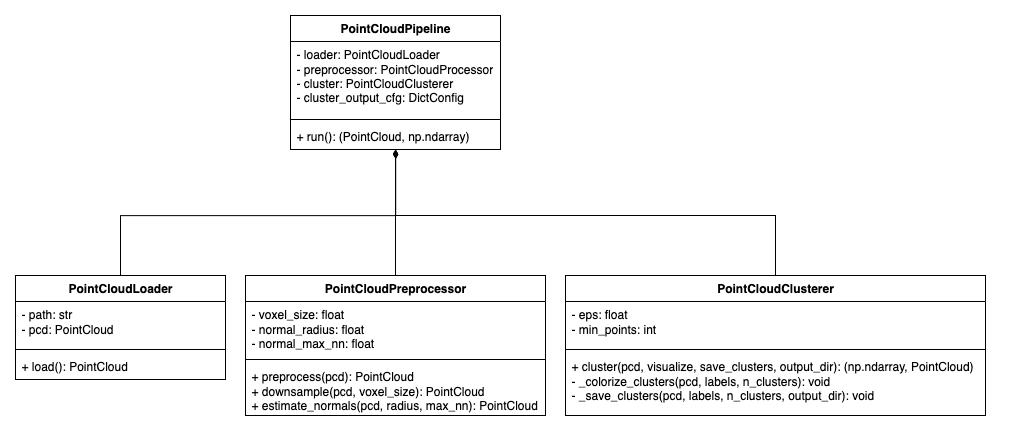
The draw.io diagram docs/pointcloud_pipeline_class_diagram.drawio.png in sc-see/open3d-pc, before a commit. Source tidied: cells renumbered, new cells last; positions are measured from the earlier drawing's top-left corner, leaving out a move shared by most shapes. Its diagram source:
```xml
<mxGraphModel>
  <root>
    <mxCell id="0" />
    <mxCell id="1" parent="0" />
    <mxCell id="2" value="PointCloudPipeline" style="swimlane;fontStyle=1;align=center;verticalAlign=top;horizontal=1;startSize=26;whiteSpace=wrap;html=1;" parent="1" vertex="1">
      <mxGeometry x="275" width="210" height="134" as="geometry" />
    </mxCell>
    <mxCell id="3" value="&lt;div&gt;- loader: PointCloudLoader&lt;/div&gt;&lt;div&gt;- preprocessor: PointCloudProcessor&lt;/div&gt;&lt;div&gt;- cluster: PointCloudClusterer&lt;/div&gt;&lt;div&gt;- cluster_output_cfg: DictConfig&lt;/div&gt;" style="text;strokeColor=none;fillColor=none;align=left;verticalAlign=top;spacingLeft=4;spacingRight=4;overflow=hidden;points=[[0,0.5],[1,0.5]];portConstraint=eastwest;whiteSpace=wrap;html=1;" parent="2" vertex="1">
      <mxGeometry y="26" width="210" height="74" as="geometry" />
    </mxCell>
    <mxCell id="4" style="line;strokeWidth=1;fillColor=none;align=left;verticalAlign=middle;spacingTop=-1;spacingLeft=3;spacingRight=3;labelPosition=right;strokeColor=inherit;" parent="2" vertex="1">
      <mxGeometry y="100" width="210" height="8" as="geometry" />
    </mxCell>
    <mxCell id="5" value="+ run(): (PointCloud, np.ndarray)" style="text;strokeColor=none;fillColor=none;align=left;verticalAlign=top;spacingLeft=4;spacingRight=4;overflow=hidden;points=[[0,0.5],[1,0.5]];portConstraint=eastwest;whiteSpace=wrap;html=1;" parent="2" vertex="1">
      <mxGeometry y="108" width="210" height="26" as="geometry" />
    </mxCell>
    <mxCell id="6" style="edgeStyle=orthogonalEdgeStyle;rounded=0;orthogonalLoop=1;jettySize=auto;html=1;exitX=1;exitY=0.5;exitDx=0;exitDy=0;" parent="2" edge="1" source="3" target="3">
      <mxGeometry relative="1" as="geometry" />
    </mxCell>
    <mxCell id="7" style="edgeStyle=orthogonalEdgeStyle;rounded=0;jettySize=auto;html=1;entryX=0.5;entryY=1;entryDx=0;entryDy=0;endArrow=diamondThin;endFill=1;" parent="1" edge="1" source="8" target="2">
      <mxGeometry relative="1" as="geometry" />
    </mxCell>
    <mxCell id="8" value="PointCloudPreprocessor" style="swimlane;fontStyle=1;align=center;verticalAlign=top;horizontal=1;startSize=26;whiteSpace=wrap;html=1;" parent="1" vertex="1">
      <mxGeometry x="230" y="260" width="300" height="140" as="geometry" />
    </mxCell>
    <mxCell id="9" value="&lt;div&gt;- voxel_size: float&lt;/div&gt;&lt;div&gt;- normal_radius: float&lt;/div&gt;&lt;div&gt;- normal_max_nn: float&lt;/div&gt;" style="text;strokeColor=none;fillColor=none;align=left;verticalAlign=top;spacingLeft=4;spacingRight=4;overflow=hidden;points=[[0,0.5],[1,0.5]];portConstraint=eastwest;whiteSpace=wrap;html=1;" parent="8" vertex="1">
      <mxGeometry y="26" width="300" height="54" as="geometry" />
    </mxCell>
    <mxCell id="10" style="line;strokeWidth=1;fillColor=none;align=left;verticalAlign=middle;spacingTop=-1;spacingLeft=3;spacingRight=3;labelPosition=right;strokeColor=inherit;" parent="8" vertex="1">
      <mxGeometry y="80" width="300" height="8" as="geometry" />
    </mxCell>
    <mxCell id="11" value="&lt;div&gt;+ preprocess(pcd): PointCloud&lt;/div&gt;&lt;div&gt;+ downsample(pcd, voxel_size): PointCloud&lt;/div&gt;&lt;div&gt;+ estimate_normals(pcd, radius, max_nn): PointCloud&lt;/div&gt;" style="text;strokeColor=none;fillColor=none;align=left;verticalAlign=top;spacingLeft=4;spacingRight=4;overflow=hidden;whiteSpace=wrap;html=1;" parent="8" vertex="1">
      <mxGeometry y="88" width="300" height="52" as="geometry" />
    </mxCell>
    <mxCell id="12" style="edgeStyle=orthogonalEdgeStyle;rounded=0;orthogonalLoop=1;jettySize=auto;html=1;exitX=1;exitY=0.5;exitDx=0;exitDy=0;" parent="8" edge="1" source="9" target="9">
      <mxGeometry relative="1" as="geometry" />
    </mxCell>
    <mxCell id="13" style="edgeStyle=orthogonalEdgeStyle;rounded=0;jettySize=auto;html=1;entryX=0.5;entryY=1;entryDx=0;entryDy=0;endArrow=diamondThin;endFill=1;" parent="1" edge="1" source="14" target="2">
      <mxGeometry relative="1" as="geometry">
        <Array as="points">
          <mxPoint x="760" y="200" />
          <mxPoint x="380" y="200" />
        </Array>
      </mxGeometry>
    </mxCell>
    <mxCell id="14" value="PointCloudClusterer" style="swimlane;fontStyle=1;align=center;verticalAlign=top;horizontal=1;startSize=26;whiteSpace=wrap;html=1;" parent="1" vertex="1">
      <mxGeometry x="550" y="260" width="420" height="140" as="geometry" />
    </mxCell>
    <mxCell id="15" value="&lt;div&gt;- eps: float&lt;/div&gt;&lt;div&gt;- min_points: int&lt;/div&gt;" style="text;strokeColor=none;fillColor=none;align=left;verticalAlign=top;spacingLeft=4;spacingRight=4;overflow=hidden;points=[[0,0.5],[1,0.5]];portConstraint=eastwest;whiteSpace=wrap;html=1;" parent="14" vertex="1">
      <mxGeometry y="26" width="420" height="44" as="geometry" />
    </mxCell>
    <mxCell id="16" style="line;strokeWidth=1;fillColor=none;align=left;verticalAlign=middle;spacingTop=-1;spacingLeft=3;spacingRight=3;labelPosition=right;strokeColor=inherit;" parent="14" vertex="1">
      <mxGeometry y="70" width="420" height="8" as="geometry" />
    </mxCell>
    <mxCell id="17" value="&lt;div&gt;+ cluster(pcd, visualize, save_clusters, output_dir): (np.ndarray, PointCloud)&lt;/div&gt;&lt;div&gt;- _colorize_clusters(pcd, labels, n_clusters): void&lt;/div&gt;&lt;div&gt;- _save_clusters(pcd, labels, n_clusters, output_dir): void&lt;/div&gt;" style="text;strokeColor=none;fillColor=none;align=left;verticalAlign=top;spacingLeft=4;spacingRight=4;overflow=hidden;whiteSpace=wrap;html=1;" parent="14" vertex="1">
      <mxGeometry y="78" width="420" height="62" as="geometry" />
    </mxCell>
    <mxCell id="18" style="edgeStyle=orthogonalEdgeStyle;rounded=0;orthogonalLoop=1;jettySize=auto;html=1;exitX=1;exitY=0.5;exitDx=0;exitDy=0;" parent="14" edge="1" source="15" target="15">
      <mxGeometry relative="1" as="geometry" />
    </mxCell>
    <mxCell id="19" value="PointCloudLoader" style="swimlane;fontStyle=1;align=center;verticalAlign=top;horizontal=1;startSize=26;whiteSpace=wrap;html=1;" parent="1" vertex="1">
      <mxGeometry y="260" width="210" height="104" as="geometry" />
    </mxCell>
    <mxCell id="20" value="&lt;div&gt;- path: str&lt;/div&gt;&lt;div&gt;- pcd: PointCloud&lt;/div&gt;" style="text;strokeColor=none;fillColor=none;align=left;verticalAlign=top;spacingLeft=4;spacingRight=4;overflow=hidden;points=[[0,0.5],[1,0.5]];portConstraint=eastwest;whiteSpace=wrap;html=1;" parent="19" vertex="1">
      <mxGeometry y="26" width="210" height="44" as="geometry" />
    </mxCell>
    <mxCell id="21" style="line;strokeWidth=1;fillColor=none;align=left;verticalAlign=middle;spacingTop=-1;spacingLeft=3;spacingRight=3;labelPosition=right;strokeColor=inherit;" parent="19" vertex="1">
      <mxGeometry y="70" width="210" height="8" as="geometry" />
    </mxCell>
    <mxCell id="22" value="+ load(): PointCloud" style="text;strokeColor=none;fillColor=none;align=left;verticalAlign=top;spacingLeft=4;spacingRight=4;overflow=hidden;whiteSpace=wrap;html=1;" parent="19" vertex="1">
      <mxGeometry y="78" width="210" height="26" as="geometry" />
    </mxCell>
    <mxCell id="23" style="edgeStyle=orthogonalEdgeStyle;rounded=0;orthogonalLoop=1;jettySize=auto;html=1;exitX=1;exitY=0.5;exitDx=0;exitDy=0;" parent="19" edge="1" source="20" target="20">
      <mxGeometry relative="1" as="geometry" />
    </mxCell>
    <mxCell id="24" style="edgeStyle=orthogonalEdgeStyle;rounded=0;jettySize=auto;html=1;entryX=0.501;entryY=1.015;entryDx=0;entryDy=0;entryPerimeter=0;endArrow=diamondThin;endFill=1;" parent="1" edge="1" source="19" target="5">
      <mxGeometry relative="1" as="geometry">
        <Array as="points">
          <mxPoint x="105" y="200" />
          <mxPoint x="380" y="200" />
        </Array>
      </mxGeometry>
    </mxCell>
  </root>
</mxGraphModel>
```
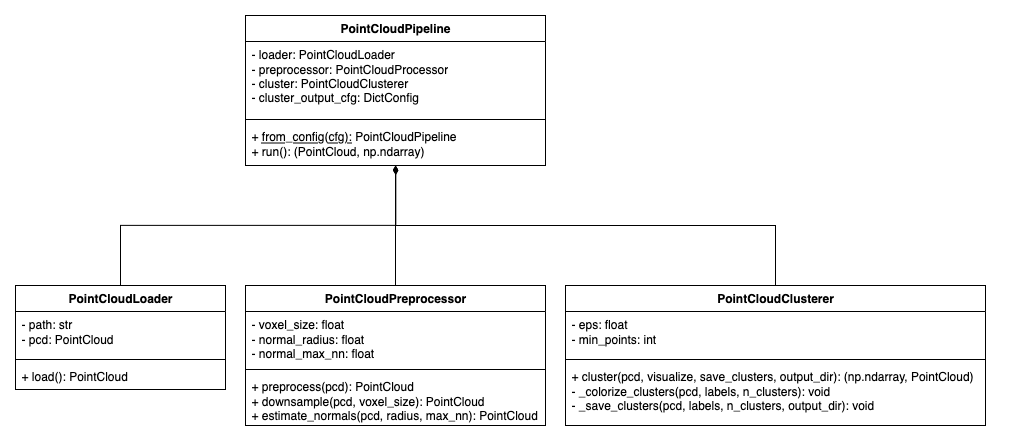
Later version of the same file.

Commit message:
docs: update class diagram after refactoring

Change to the diagram source:
```diff
@@ -3,16 +3,16 @@
     <mxCell id="0" />
     <mxCell id="1" parent="0" />
     <mxCell id="2" value="PointCloudPipeline" style="swimlane;fontStyle=1;align=center;verticalAlign=top;horizontal=1;startSize=26;whiteSpace=wrap;html=1;" parent="1" vertex="1">
-      <mxGeometry x="275" width="210" height="134" as="geometry" />
+      <mxGeometry x="230" y="-10" width="300" height="150" as="geometry" />
     </mxCell>
     <mxCell id="3" value="&lt;div&gt;- loader: PointCloudLoader&lt;/div&gt;&lt;div&gt;- preprocessor: PointCloudProcessor&lt;/div&gt;&lt;div&gt;- cluster: PointCloudClusterer&lt;/div&gt;&lt;div&gt;- cluster_output_cfg: DictConfig&lt;/div&gt;" style="text;strokeColor=none;fillColor=none;align=left;verticalAlign=top;spacingLeft=4;spacingRight=4;overflow=hidden;points=[[0,0.5],[1,0.5]];portConstraint=eastwest;whiteSpace=wrap;html=1;" parent="2" vertex="1">
-      <mxGeometry y="26" width="210" height="74" as="geometry" />
+      <mxGeometry y="26" width="300" height="74" as="geometry" />
     </mxCell>
     <mxCell id="4" style="line;strokeWidth=1;fillColor=none;align=left;verticalAlign=middle;spacingTop=-1;spacingLeft=3;spacingRight=3;labelPosition=right;strokeColor=inherit;" parent="2" vertex="1">
-      <mxGeometry y="100" width="210" height="8" as="geometry" />
+      <mxGeometry y="100" width="300" height="8" as="geometry" />
     </mxCell>
-    <mxCell id="5" value="+ run(): (PointCloud, np.ndarray)" style="text;strokeColor=none;fillColor=none;align=left;verticalAlign=top;spacingLeft=4;spacingRight=4;overflow=hidden;points=[[0,0.5],[1,0.5]];portConstraint=eastwest;whiteSpace=wrap;html=1;" parent="2" vertex="1">
-      <mxGeometry y="108" width="210" height="26" as="geometry" />
+    <mxCell id="5" value="&lt;div&gt;+ &lt;u&gt;from_config(cfg):&lt;/u&gt; PointCloudPipeline&lt;/div&gt;&lt;div&gt;+ run(): (PointCloud, np.ndarray)&lt;/div&gt;" style="text;strokeColor=none;fillColor=none;align=left;verticalAlign=top;spacingLeft=4;spacingRight=4;overflow=hidden;points=[[0,0.5],[1,0.5]];portConstraint=eastwest;whiteSpace=wrap;html=1;" parent="2" vertex="1">
+      <mxGeometry y="108" width="300" height="42" as="geometry" />
     </mxCell>
     <mxCell id="6" style="edgeStyle=orthogonalEdgeStyle;rounded=0;orthogonalLoop=1;jettySize=auto;html=1;exitX=1;exitY=0.5;exitDx=0;exitDy=0;" parent="2" edge="1" source="3" target="3">
       <mxGeometry relative="1" as="geometry" />
```
